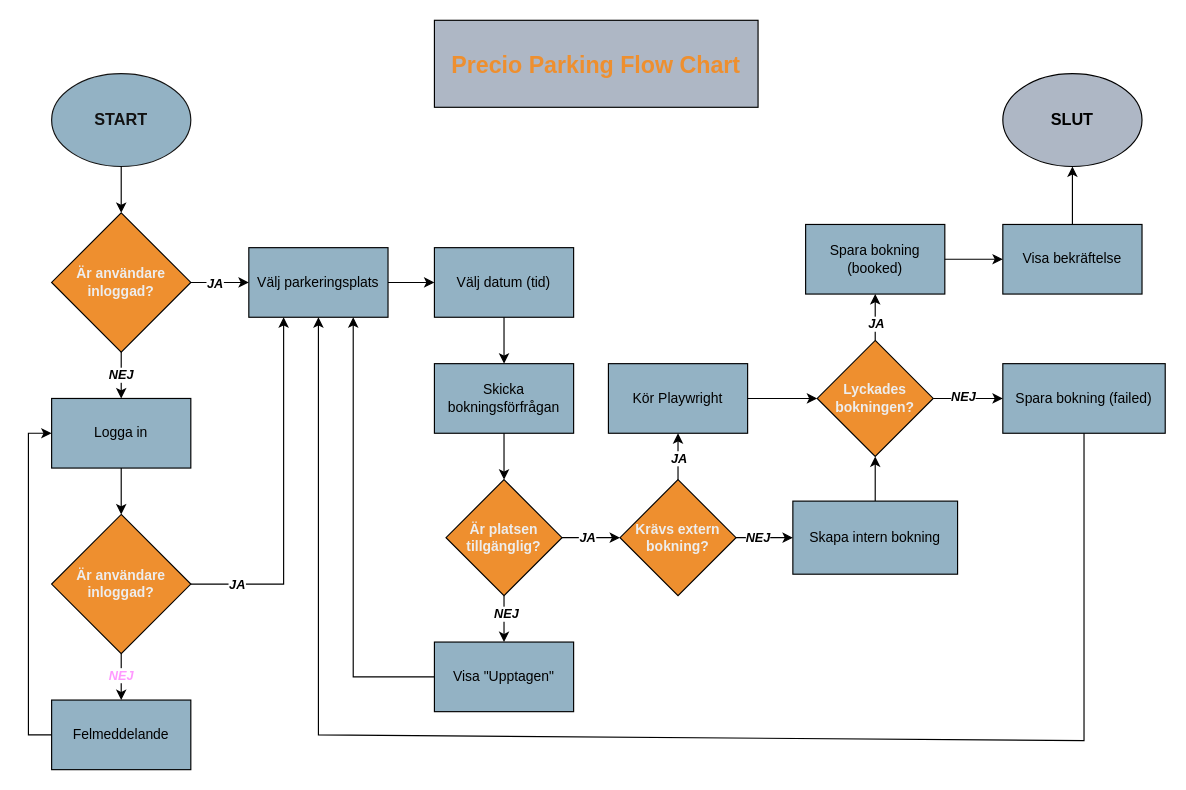
janetzev/Projekt-Parkeringsbokning keeps this draw.io diagram as Precio Parking Flow Chart.drawio. Above is the earlier version. Source tidied: cells renumbered, new cells numbered last; positions are measured from the earlier drawing's top-left corner, leaving out a move shared by most shapes. Both pictures are drawn from the tidied source at 116%, with x=0, y=0 at pixel (28, 20).
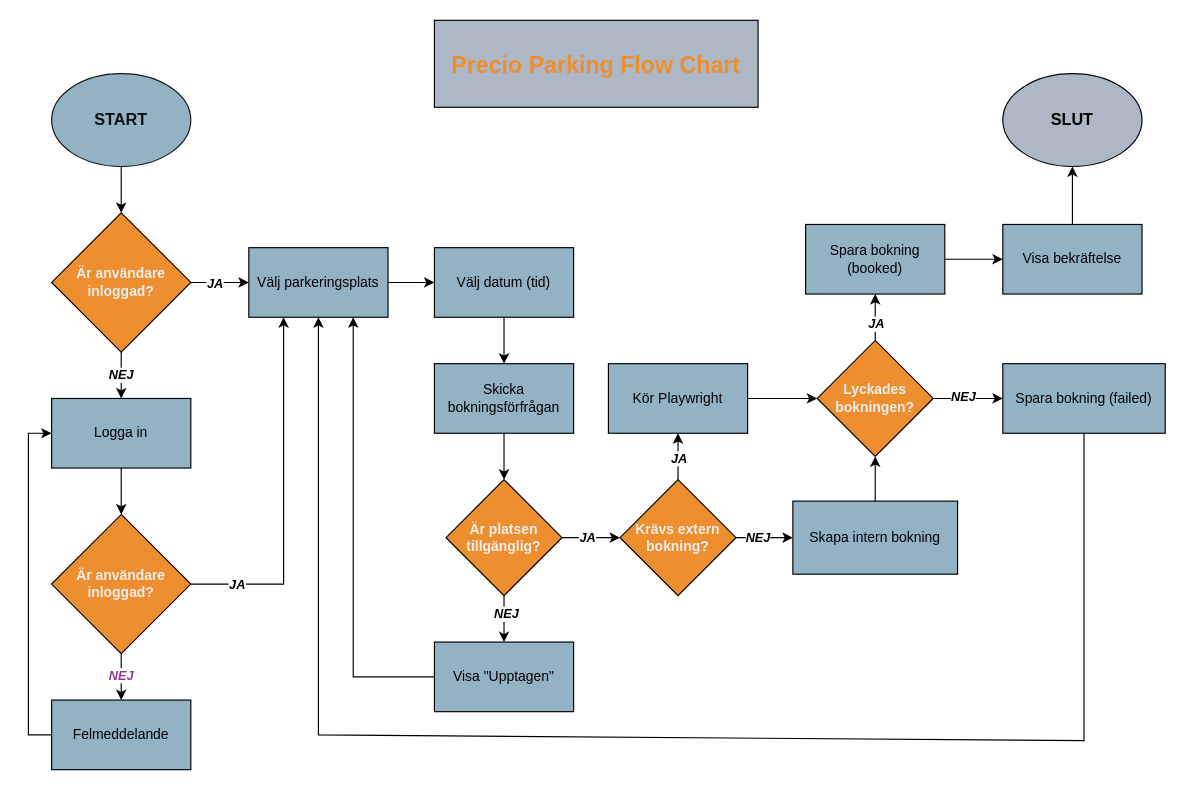
Above is the later version.

Unchanged cells that the change refers to:
```xml
<mxCell id="50" style="endArrow=classic;html=1;rounded=0;" parent="1" edge="1" source="47" target="49">
  <mxGeometry relative="1" as="geometry" />
</mxCell>
```

Change to the diagram source:
```diff
@@
-    <mxCell id="51" value="NEJ" style="edgeLabel;html=1;align=center;verticalAlign=middle;fontColor=#FF99FF;fontStyle=3;" parent="50" vertex="1">
+    <mxCell id="51" value="NEJ" style="edgeLabel;html=1;align=center;verticalAlign=middle;fontColor=light-dark(#903890,#FF99FF);fontStyle=3;" parent="50" vertex="1">
       <mxGeometry x="-0.1" y="-1" relative="1" as="geometry" />
     </mxCell>
```
